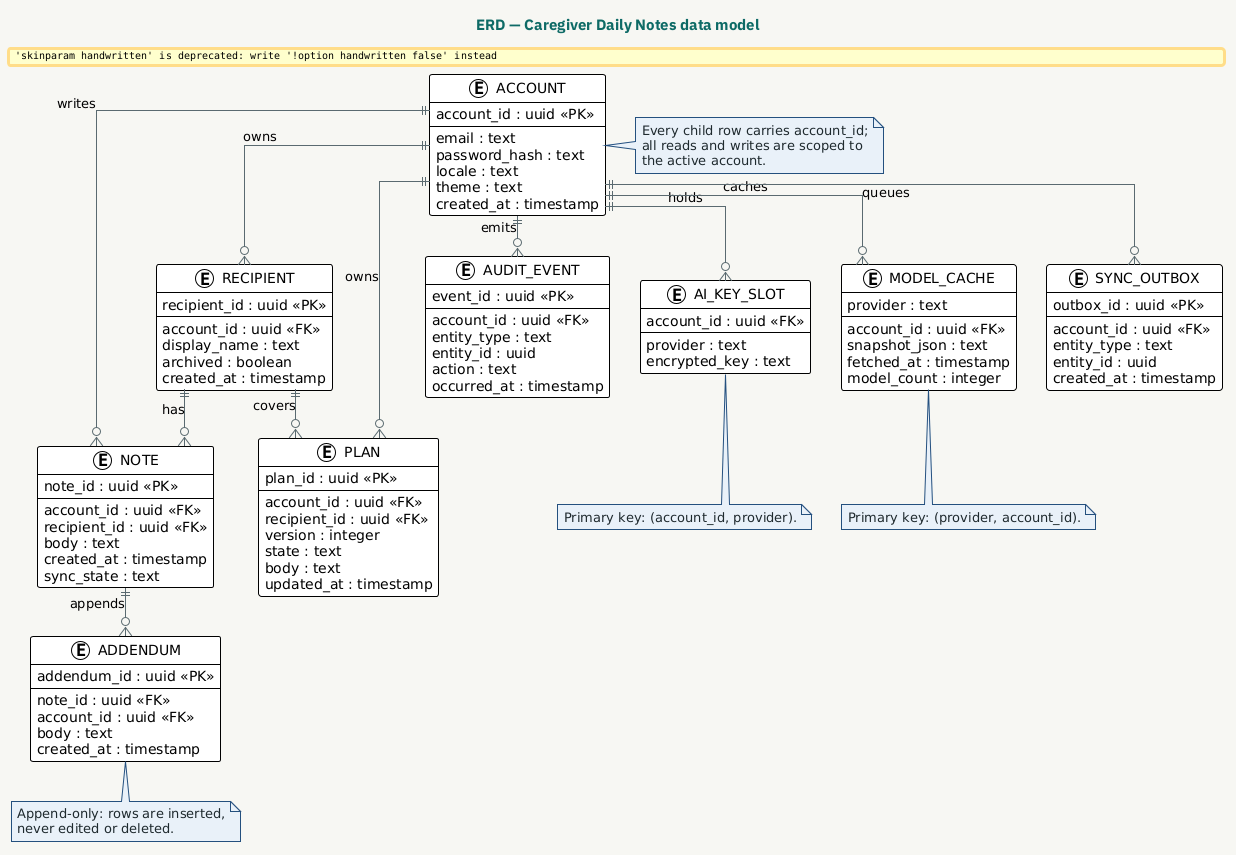
Before: docs/diagrams/erd/05-erd.png, a diagram exported from PlantUML (alaa157/caregiver-daily-notes). The source it was exported from:
```plantuml
@startuml
!theme plain
skinparam backgroundColor #F7F6F3
skinparam defaultTextColor #1F2A2E
skinparam fontName "IBM Plex Sans"
skinparam fontSize 11
skinparam shadowing false
skinparam handwritten false
skinparam linetype ortho
skinparam nodesep 30
skinparam ranksep 40
skinparam arrowColor #5B6B70

skinparam title {
  FontColor #0E6B66
  FontSize 15
  FontName "IBM Plex Sans"
}
skinparam note {
  BackgroundColor #E8F0F9
  BorderColor #24507E
  FontColor #1F2A2E
}
skinparam rectangle {
  BackgroundColor #FAF9F5
  BorderColor #C5CDD1
  FontColor #1F2A2E
}
skinparam component {
  BackgroundColor #FAF9F5
  BorderColor #C5CDD1
  FontColor #1F2A2E
}
skinparam database {
  BackgroundColor #DCE5D6
  BorderColor #00897B
  FontColor #1F2A2E
}
skinparam actor {
  BackgroundColor #FAF9F5
  BorderColor #00897B
  FontColor #1F2A2E
}
skinparam package {
  BackgroundColor #F7F6F3
  BorderColor #00897B
  FontColor #0E6B66
}
skinparam entity {
  BackgroundColor #FAF9F5
  BorderColor #00897B
  FontColor #1F2A2E
}
skinparam sequence {
  ActorBackgroundColor #FAF9F5
  ActorBorderColor #00897B
  ActorFontColor #1F2A2E
  ParticipantBackgroundColor #FAF9F5
  ParticipantBorderColor #C5CDD1
  ParticipantFontColor #1F2A2E
  LifeLineBorderColor #C5CDD1
  LifeLineBackgroundColor #DCE5D6
  ArrowColor #00897B
  MessageTextColor #1F2A2E
  NoteBackgroundColor #E8F0F9
  NoteBorderColor #24507E
  NoteFontColor #1F2A2E
  BoxBackgroundColor #F7F6F3
  BoxBorderColor #00897B
}
skinparam activity {
  BackgroundColor #DCE5D6
  BorderColor #00897B
  ArrowColor #5B6B70
  FontColor #1F2A2E
}
skinparam activityDiamond {
  BackgroundColor #FBF0D9
  BorderColor #7A4B00
  FontColor #7A4B00
}

title ERD — Caregiver Daily Notes data model

entity ACCOUNT {
  account_id : uuid <<PK>>
  --
  email : text
  password_hash : text
  locale : text
  theme : text
  created_at : timestamp
}

entity RECIPIENT {
  recipient_id : uuid <<PK>>
  --
  account_id : uuid <<FK>>
  display_name : text
  archived : boolean
  created_at : timestamp
}

entity NOTE {
  note_id : uuid <<PK>>
  --
  account_id : uuid <<FK>>
  recipient_id : uuid <<FK>>
  body : text
  created_at : timestamp
  sync_state : text
}

entity ADDENDUM {
  addendum_id : uuid <<PK>>
  --
  note_id : uuid <<FK>>
  account_id : uuid <<FK>>
  body : text
  created_at : timestamp
}

entity PLAN {
  plan_id : uuid <<PK>>
  --
  account_id : uuid <<FK>>
  recipient_id : uuid <<FK>>
  version : integer
  state : text
  body : text
  updated_at : timestamp
}

entity AUDIT_EVENT {
  event_id : uuid <<PK>>
  --
  account_id : uuid <<FK>>
  entity_type : text
  entity_id : uuid
  action : text
  occurred_at : timestamp
}

entity AI_KEY_SLOT {
  account_id : uuid <<FK>>
  --
  provider : text
  encrypted_key : text
}

entity MODEL_CACHE {
  provider : text
  --
  account_id : uuid <<FK>>
  snapshot_json : text
  fetched_at : timestamp
  model_count : integer
}

entity SYNC_OUTBOX {
  outbox_id : uuid <<PK>>
  --
  account_id : uuid <<FK>>
  entity_type : text
  entity_id : uuid
  created_at : timestamp
}

ACCOUNT ||--o{ RECIPIENT : owns
ACCOUNT ||--o{ NOTE : writes
RECIPIENT ||--o{ NOTE : has
NOTE ||--o{ ADDENDUM : appends
ACCOUNT ||--o{ PLAN : owns
RECIPIENT ||--o{ PLAN : covers
ACCOUNT ||--o{ AUDIT_EVENT : emits
ACCOUNT ||--o{ AI_KEY_SLOT : holds
ACCOUNT ||--o{ MODEL_CACHE : caches
ACCOUNT ||--o{ SYNC_OUTBOX : queues

note right of ACCOUNT
  Every child row carries account_id;
  all reads and writes are scoped to
  the active account.
end note

note bottom of ADDENDUM
  Append-only: rows are inserted,
  never edited or deleted.
end note

note bottom of AI_KEY_SLOT
  Primary key: (account_id, provider).
end note

note bottom of MODEL_CACHE
  Primary key: (provider, account_id).
end note

@enduml
```
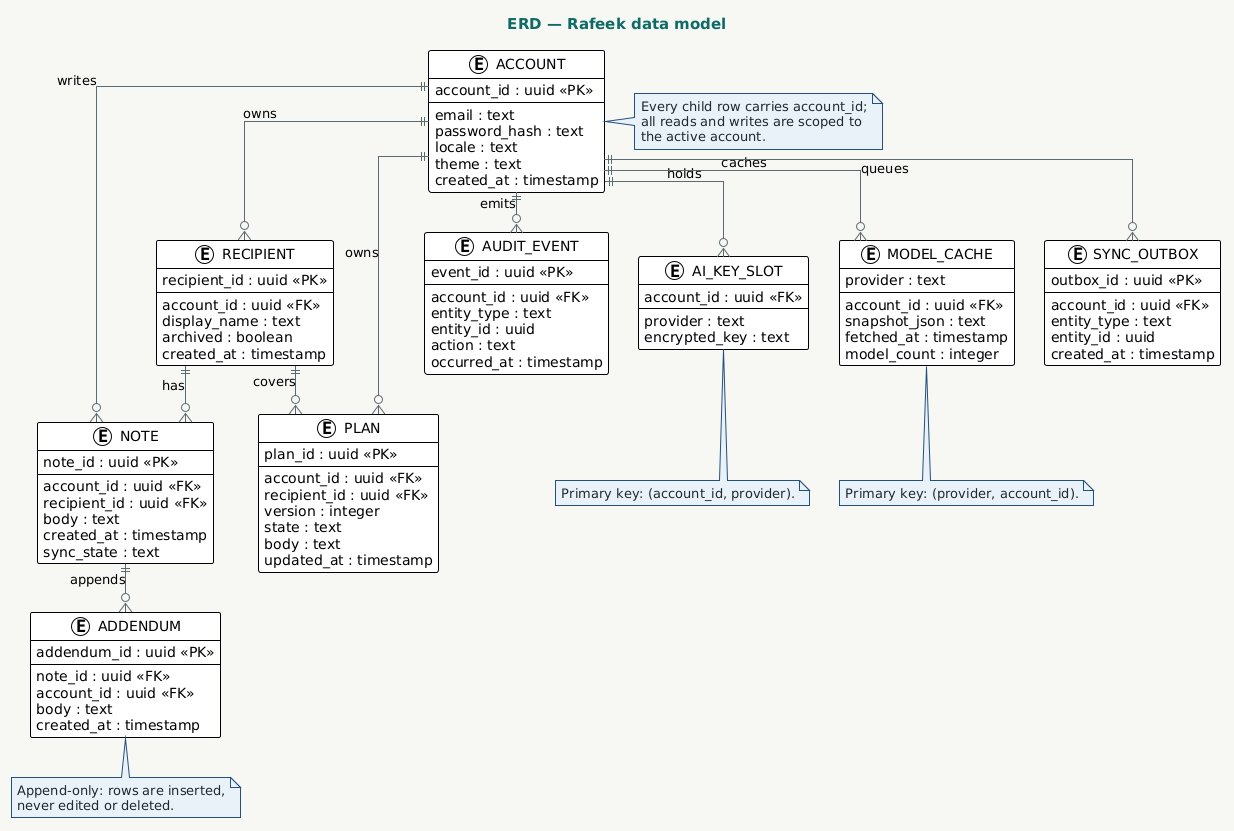
The same file after the commit.

Diff of the diagram source:
```diff
@@ -5,7 +5,7 @@
 skinparam fontName "IBM Plex Sans"
 skinparam fontSize 11
 skinparam shadowing false
-skinparam handwritten false
+!option handwritten false
 skinparam linetype ortho
 skinparam nodesep 30
 skinparam ranksep 40
@@ -80,7 +80,7 @@
   FontColor #7A4B00
 }
 
-title ERD — Caregiver Daily Notes data model
+title ERD — Rafeek data model
 
 entity ACCOUNT {
   account_id : uuid <<PK>>
@@ -195,5 +195,4 @@
 note bottom of MODEL_CACHE
   Primary key: (provider, account_id).
 end note
-
 @enduml
```
